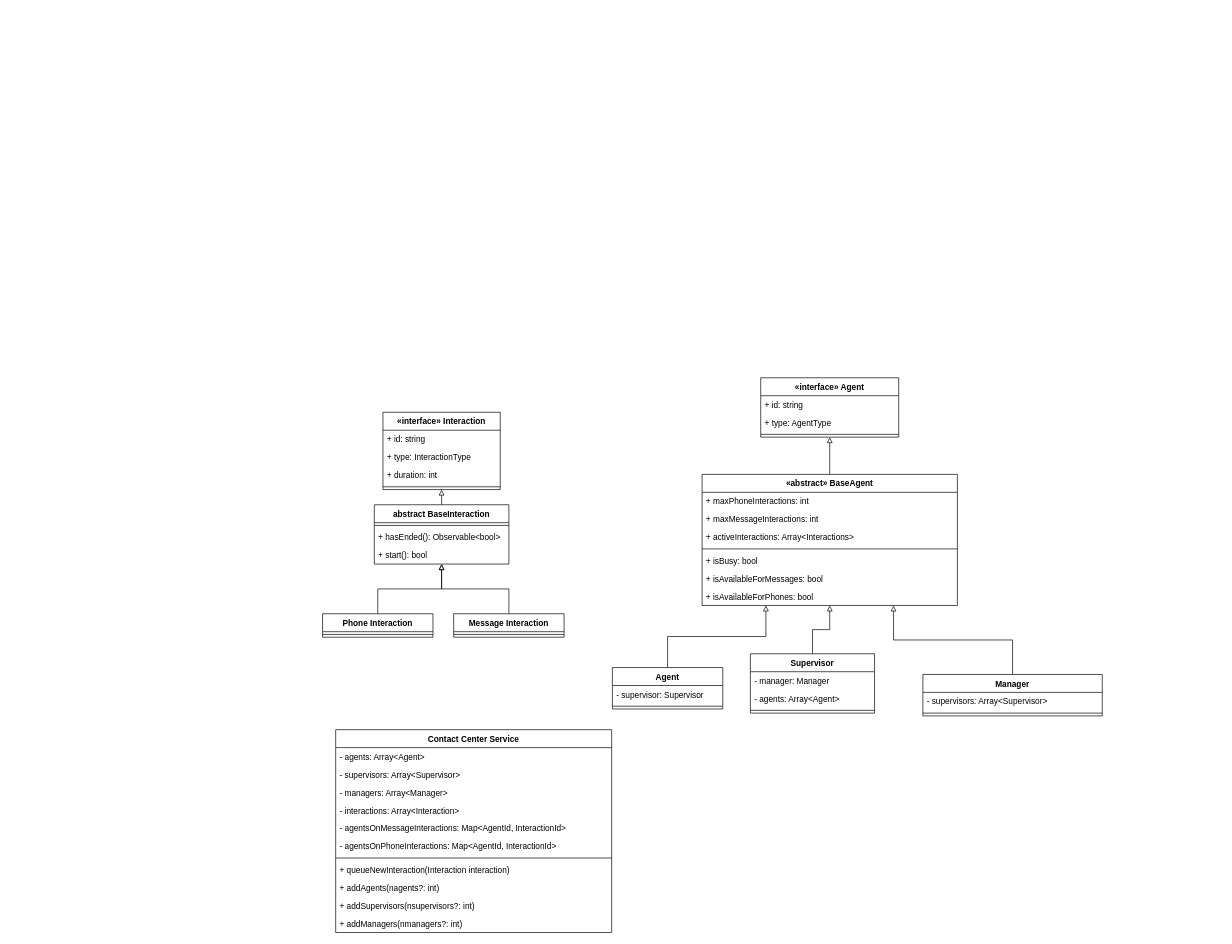
dvelluto/vonage-challenge keeps this draw.io diagram as page "Classes" (1 of 2) of Vonage-Challenge.drawio. Above is the earlier version. Source tidied: cells renumbered, new cells numbered last; positions are measured from the earlier drawing's top-left corner, leaving out a move shared by most shapes. Both pictures are drawn from the tidied source at 69%, with x=0, y=0 at pixel (322, 377).
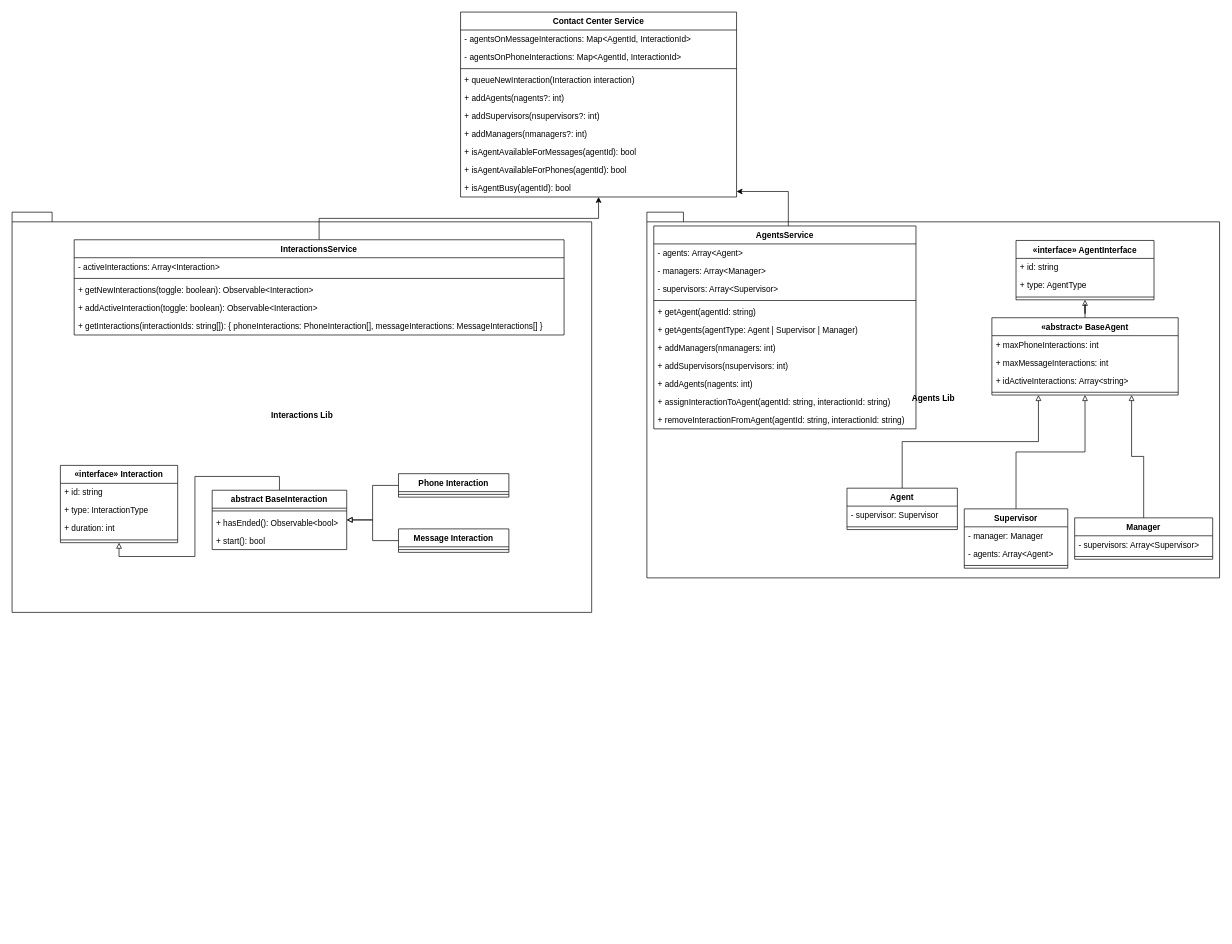
The same page after the edit.

Change to the diagram source:
```diff
@@
+    <mxCell id="56" value="Agents Lib" style="shape=folder;fontStyle=1;spacingTop=10;tabWidth=40;tabHeight=14;tabPosition=left;html=1;" parent="1" vertex="1">
+      <mxGeometry x="470" y="-240" width="830" height="530" as="geometry" />
+    </mxCell>
+    <mxCell id="57" value="Interactions Lib" style="shape=folder;fontStyle=1;spacingTop=10;tabWidth=40;tabHeight=14;tabPosition=left;html=1;" parent="1" vertex="1">
+      <mxGeometry x="-450" y="-240" width="840" height="580" as="geometry" />
+    </mxCell>
@@
     <mxCell id="3" value="Message Interaction" style="swimlane;fontStyle=1;align=center;verticalAlign=top;horizontal=1;startSize=26;" parent="1" vertex="1">
-      <mxGeometry x="190" y="342" width="160" height="34" as="geometry" />
+      <mxGeometry x="110" y="219" width="160" height="34" as="geometry" />
     </mxCell>
@@
     <mxCell id="6" value="Phone Interaction" style="swimlane;fontStyle=1;align=center;verticalAlign=top;horizontal=1;startSize=26;" parent="1" vertex="1">
-      <mxGeometry y="342" width="160" height="34" as="geometry" />
+      <mxGeometry x="110" y="139" width="160" height="34" as="geometry" />
     </mxCell>
@@
     <mxCell id="8" value="Agent" style="swimlane;fontStyle=1;align=center;verticalAlign=top;horizontal=1;startSize=26;" parent="1" vertex="1">
-      <mxGeometry x="420" y="420" width="160" height="60" as="geometry" />
+      <mxGeometry x="760" y="160" width="160" height="60" as="geometry" />
     </mxCell>
@@
     <mxCell id="12" value="Supervisor" style="swimlane;fontStyle=1;align=center;verticalAlign=top;horizontal=1;startSize=26;" parent="1" vertex="1">
-      <mxGeometry x="620" y="400" width="180" height="86" as="geometry" />
+      <mxGeometry x="930" y="190" width="150" height="86" as="geometry" />
     </mxCell>
     <mxCell id="13" value="- manager: Manager" style="text;strokeColor=none;fillColor=none;align=left;verticalAlign=top;spacingLeft=4;spacingRight=4;overflow=hidden;" parent="12" vertex="1">
-      <mxGeometry y="26" width="180" height="26" as="geometry" />
+      <mxGeometry y="26" width="150" height="26" as="geometry" />
     </mxCell>
     <mxCell id="14" value="- agents: Array&lt;Agent&gt;" style="text;strokeColor=none;fillColor=none;align=left;verticalAlign=top;spacingLeft=4;spacingRight=4;overflow=hidden;" parent="12" vertex="1">
-      <mxGeometry y="52" width="180" height="26" as="geometry" />
+      <mxGeometry y="52" width="150" height="26" as="geometry" />
     </mxCell>
     <mxCell id="15" style="line;strokeWidth=1;fillColor=none;align=left;verticalAlign=middle;spacingTop=-1;spacingLeft=3;spacingRight=3;labelPosition=right;" parent="12" vertex="1">
-      <mxGeometry y="78" width="180" height="8" as="geometry" />
+      <mxGeometry y="78" width="150" height="8" as="geometry" />
     </mxCell>
     <mxCell id="16" value="Manager" style="swimlane;fontStyle=1;align=center;verticalAlign=top;horizontal=1;startSize=26;" parent="1" vertex="1">
-      <mxGeometry x="870" y="430" width="260" height="60" as="geometry" />
+      <mxGeometry x="1090" y="203" width="200" height="60" as="geometry" />
     </mxCell>
     <mxCell id="17" value="- supervisors: Array&lt;Supervisor&gt;" style="text;strokeColor=none;fillColor=none;align=left;verticalAlign=top;spacingLeft=4;spacingRight=4;overflow=hidden;" parent="16" vertex="1">
-      <mxGeometry y="26" width="260" height="26" as="geometry" />
+      <mxGeometry y="26" width="200" height="26" as="geometry" />
     </mxCell>
     <mxCell id="18" style="line;strokeWidth=1;fillColor=none;align=left;verticalAlign=middle;spacingTop=-1;spacingLeft=3;spacingRight=3;labelPosition=right;" parent="16" vertex="1">
-      <mxGeometry y="52" width="260" height="8" as="geometry" />
+      <mxGeometry y="52" width="200" height="8" as="geometry" />
     </mxCell>
@@
     <mxCell id="21" value="«abstract» BaseAgent" style="swimlane;fontStyle=1;align=center;verticalAlign=top;horizontal=1;startSize=26;" parent="1" vertex="1">
-      <mxGeometry x="550" y="140" width="370" height="190" as="geometry" />
+      <mxGeometry x="970" y="-87" width="270" height="112" as="geometry" />
     </mxCell>
     <mxCell id="22" value="+ maxPhoneInteractions: int" style="text;strokeColor=none;fillColor=none;align=left;verticalAlign=top;spacingLeft=4;spacingRight=4;overflow=hidden;" parent="21" vertex="1">
-      <mxGeometry y="26" width="370" height="26" as="geometry" />
+      <mxGeometry y="26" width="270" height="26" as="geometry" />
     </mxCell>
     <mxCell id="23" value="+ maxMessageInteractions: int" style="text;strokeColor=none;fillColor=none;align=left;verticalAlign=top;spacingLeft=4;spacingRight=4;overflow=hidden;" parent="21" vertex="1">
-      <mxGeometry y="52" width="370" height="26" as="geometry" />
+      <mxGeometry y="52" width="270" height="26" as="geometry" />
     </mxCell>
-    <mxCell id="24" value="+ activeInteractions: Array&lt;Interactions&gt;" style="text;strokeColor=none;fillColor=none;align=left;verticalAlign=top;spacingLeft=4;spacingRight=4;overflow=hidden;" parent="21" vertex="1">
-      <mxGeometry y="78" width="370" height="26" as="geometry" />
+    <mxCell id="24" value="+ idActiveInteractions: Array&lt;string&gt;" style="text;strokeColor=none;fillColor=none;align=left;verticalAlign=top;spacingLeft=4;spacingRight=4;overflow=hidden;" parent="21" vertex="1">
+      <mxGeometry y="78" width="270" height="26" as="geometry" />
     </mxCell>
     <mxCell id="25" style="line;strokeWidth=1;fillColor=none;align=left;verticalAlign=middle;spacingTop=-1;spacingLeft=3;spacingRight=3;labelPosition=right;" parent="21" vertex="1">
-      <mxGeometry y="104" width="370" height="8" as="geometry" />
+      <mxGeometry y="104" width="270" height="8" as="geometry" />
     </mxCell>
-    <mxCell id="26" value="+ isBusy: bool" style="text;strokeColor=none;fillColor=none;align=left;verticalAlign=top;spacingLeft=4;spacingRight=4;overflow=hidden;" parent="21" vertex="1">
-      <mxGeometry y="112" width="370" height="26" as="geometry" />
-    </mxCell>
-    <mxCell id="27" value="+ isAvailableForMessages: bool" style="text;strokeColor=none;fillColor=none;align=left;verticalAlign=top;spacingLeft=4;spacingRight=4;overflow=hidden;" parent="21" vertex="1">
-      <mxGeometry y="138" width="370" height="26" as="geometry" />
-    </mxCell>
-    <mxCell id="28" value="+ isAvailableForPhones: bool" style="text;strokeColor=none;fillColor=none;align=left;verticalAlign=top;spacingLeft=4;spacingRight=4;overflow=hidden;" parent="21" vertex="1">
-      <mxGeometry y="164" width="370" height="26" as="geometry" />
-    </mxCell>
@@
     <mxCell id="30" value="«interface» Interaction" style="swimlane;fontStyle=1;align=center;verticalAlign=top;horizontal=1;startSize=26;" parent="1" vertex="1">
-      <mxGeometry x="87.5" y="50" width="170" height="112" as="geometry" />
+      <mxGeometry x="-380" y="127" width="170" height="112" as="geometry" />
     </mxCell>
@@
     <mxCell id="35" value="Contact Center Service" style="swimlane;fontStyle=1;align=center;verticalAlign=top;horizontal=1;startSize=26;" parent="1" vertex="1">
-      <mxGeometry x="19" y="510" width="400" height="294" as="geometry" />
+      <mxGeometry x="200" y="-530" width="400" height="268" as="geometry" />
     </mxCell>
-    <mxCell id="36" value="- agents: Array&lt;Agent&gt;" style="text;strokeColor=none;fillColor=none;align=left;verticalAlign=top;spacingLeft=4;spacingRight=4;overflow=hidden;" parent="35" vertex="1">
-      <mxGeometry y="26" width="400" height="26" as="geometry" />
-    </mxCell>
-    <mxCell id="37" value="- supervisors: Array&lt;Supervisor&gt;" style="text;strokeColor=none;fillColor=none;align=left;verticalAlign=top;spacingLeft=4;spacingRight=4;overflow=hidden;" parent="35" vertex="1">
-      <mxGeometry y="52" width="400" height="26" as="geometry" />
-    </mxCell>
-    <mxCell id="38" value="- managers: Array&lt;Manager&gt;" style="text;strokeColor=none;fillColor=none;align=left;verticalAlign=top;spacingLeft=4;spacingRight=4;overflow=hidden;" parent="35" vertex="1">
-      <mxGeometry y="78" width="400" height="26" as="geometry" />
-    </mxCell>
-    <mxCell id="39" value="- interactions: Array&lt;Interaction&gt;" style="text;strokeColor=none;fillColor=none;align=left;verticalAlign=top;spacingLeft=4;spacingRight=4;overflow=hidden;" parent="35" vertex="1">
-      <mxGeometry y="104" width="400" height="26" as="geometry" />
-    </mxCell>
     <mxCell id="40" value="- agentsOnMessageInteractions: Map&lt;AgentId, InteractionId&gt;" style="text;strokeColor=none;fillColor=none;align=left;verticalAlign=top;spacingLeft=4;spacingRight=4;overflow=hidden;" parent="35" vertex="1">
-      <mxGeometry y="130" width="400" height="26" as="geometry" />
+      <mxGeometry y="26" width="400" height="26" as="geometry" />
     </mxCell>
     <mxCell id="41" value="- agentsOnPhoneInteractions: Map&lt;AgentId, InteractionId&gt;" style="text;strokeColor=none;fillColor=none;align=left;verticalAlign=top;spacingLeft=4;spacingRight=4;overflow=hidden;" parent="35" vertex="1">
-      <mxGeometry y="156" width="400" height="26" as="geometry" />
+      <mxGeometry y="52" width="400" height="26" as="geometry" />
     </mxCell>
     <mxCell id="42" style="line;strokeWidth=1;fillColor=none;align=left;verticalAlign=middle;spacingTop=-1;spacingLeft=3;spacingRight=3;labelPosition=right;" parent="35" vertex="1">
-      <mxGeometry y="182" width="400" height="8" as="geometry" />
+      <mxGeometry y="78" width="400" height="8" as="geometry" />
     </mxCell>
     <mxCell id="43" value="+ queueNewInteraction(Interaction interaction)" style="text;strokeColor=none;fillColor=none;align=left;verticalAlign=top;spacingLeft=4;spacingRight=4;overflow=hidden;" parent="35" vertex="1">
-      <mxGeometry y="190" width="400" height="26" as="geometry" />
+      <mxGeometry y="86" width="400" height="26" as="geometry" />
     </mxCell>
     <mxCell id="44" value="+ addAgents(nagents?: int)" style="text;strokeColor=none;fillColor=none;align=left;verticalAlign=top;spacingLeft=4;spacingRight=4;overflow=hidden;" parent="35" vertex="1">
-      <mxGeometry y="216" width="400" height="26" as="geometry" />
+      <mxGeometry y="112" width="400" height="26" as="geometry" />
     </mxCell>
     <mxCell id="45" value="+ addSupervisors(nsupervisors?: int)" style="text;strokeColor=none;fillColor=none;align=left;verticalAlign=top;spacingLeft=4;spacingRight=4;overflow=hidden;" parent="35" vertex="1">
-      <mxGeometry y="242" width="400" height="26" as="geometry" />
+      <mxGeometry y="138" width="400" height="26" as="geometry" />
     </mxCell>
     <mxCell id="46" value="+ addManagers(nmanagers?: int)" style="text;strokeColor=none;fillColor=none;align=left;verticalAlign=top;spacingLeft=4;spacingRight=4;overflow=hidden;" parent="35" vertex="1">
-      <mxGeometry y="268" width="400" height="26" as="geometry" />
+      <mxGeometry y="164" width="400" height="26" as="geometry" />
     </mxCell>
+    <mxCell id="27" value="+ isAgentAvailableForMessages(agentId): bool" style="text;strokeColor=none;fillColor=none;align=left;verticalAlign=top;spacingLeft=4;spacingRight=4;overflow=hidden;" parent="35" vertex="1">
+      <mxGeometry y="190" width="400" height="26" as="geometry" />
+    </mxCell>
+    <mxCell id="28" value="+ isAgentAvailableForPhones(agentId): bool" style="text;strokeColor=none;fillColor=none;align=left;verticalAlign=top;spacingLeft=4;spacingRight=4;overflow=hidden;" parent="35" vertex="1">
+      <mxGeometry y="216" width="400" height="26" as="geometry" />
+    </mxCell>
+    <mxCell id="58" value="+ isAgentBusy(agentId): bool" style="text;strokeColor=none;fillColor=none;align=left;verticalAlign=top;spacingLeft=4;spacingRight=4;overflow=hidden;" parent="35" vertex="1">
+      <mxGeometry y="242" width="400" height="26" as="geometry" />
+    </mxCell>
     <mxCell id="47" value="abstract BaseInteraction" style="swimlane;fontStyle=1;align=center;verticalAlign=top;horizontal=1;startSize=26;" parent="1" vertex="1">
-      <mxGeometry x="75" y="184" width="195" height="86" as="geometry" />
+      <mxGeometry x="-160" y="163" width="195" height="86" as="geometry" />
     </mxCell>
@@
-    <mxCell id="52" value="«interface» Agent" style="swimlane;fontStyle=1;align=center;verticalAlign=top;horizontal=1;startSize=26;" parent="1" vertex="1">
-      <mxGeometry x="635" width="200" height="86" as="geometry" />
+    <mxCell id="52" value="«interface» AgentInterface" style="swimlane;fontStyle=1;align=center;verticalAlign=top;horizontal=1;startSize=26;" parent="1" vertex="1">
+      <mxGeometry x="1005" y="-199" width="200" height="86" as="geometry" />
     </mxCell>
@@
+    <mxCell id="59" style="edgeStyle=orthogonalEdgeStyle;rounded=0;jettySize=auto;html=1;" parent="1" edge="1" source="60" target="35">
+      <mxGeometry relative="1" as="geometry">
+        <Array as="points">
+          <mxPoint x="675" y="-270" />
+          <mxPoint x="400" y="-270" />
+        </Array>
+      </mxGeometry>
+    </mxCell>
+    <mxCell id="60" value="AgentsService" style="swimlane;fontStyle=1;align=center;verticalAlign=top;horizontal=1;startSize=26;" parent="1" vertex="1">
+      <mxGeometry x="480" y="-220" width="380" height="294" as="geometry" />
+    </mxCell>
+    <mxCell id="36" value="- agents: Array&lt;Agent&gt;" style="text;strokeColor=none;fillColor=none;align=left;verticalAlign=top;spacingLeft=4;spacingRight=4;overflow=hidden;" parent="60" vertex="1">
+      <mxGeometry y="26" width="380" height="26" as="geometry" />
+    </mxCell>
+    <mxCell id="38" value="- managers: Array&lt;Manager&gt;" style="text;strokeColor=none;fillColor=none;align=left;verticalAlign=top;spacingLeft=4;spacingRight=4;overflow=hidden;" parent="60" vertex="1">
+      <mxGeometry y="52" width="380" height="26" as="geometry" />
+    </mxCell>
+    <mxCell id="37" value="- supervisors: Array&lt;Supervisor&gt;" style="text;strokeColor=none;fillColor=none;align=left;verticalAlign=top;spacingLeft=4;spacingRight=4;overflow=hidden;" parent="60" vertex="1">
+      <mxGeometry y="78" width="380" height="26" as="geometry" />
+    </mxCell>
+    <mxCell id="61" style="line;strokeWidth=1;fillColor=none;align=left;verticalAlign=middle;spacingTop=-1;spacingLeft=3;spacingRight=3;labelPosition=right;" parent="60" vertex="1">
+      <mxGeometry y="104" width="380" height="8" as="geometry" />
+    </mxCell>
+    <mxCell id="62" value="+ getAgent(agentId: string)" style="text;strokeColor=none;fillColor=none;align=left;verticalAlign=top;spacingLeft=4;spacingRight=4;overflow=hidden;" parent="60" vertex="1">
+      <mxGeometry y="112" width="380" height="26" as="geometry" />
+    </mxCell>
+    <mxCell id="63" value="+ getAgents(agentType: Agent | Supervisor | Manager)" style="text;strokeColor=none;fillColor=none;align=left;verticalAlign=top;spacingLeft=4;spacingRight=4;overflow=hidden;" parent="60" vertex="1">
+      <mxGeometry y="138" width="380" height="26" as="geometry" />
+    </mxCell>
+    <mxCell id="64" value="+ addManagers(nmanagers: int)" style="text;strokeColor=none;fillColor=none;align=left;verticalAlign=top;spacingLeft=4;spacingRight=4;overflow=hidden;" parent="60" vertex="1">
+      <mxGeometry y="164" width="380" height="26" as="geometry" />
+    </mxCell>
+    <mxCell id="65" value="+ addSupervisors(nsupervisors: int)" style="text;strokeColor=none;fillColor=none;align=left;verticalAlign=top;spacingLeft=4;spacingRight=4;overflow=hidden;" parent="60" vertex="1">
+      <mxGeometry y="190" width="380" height="26" as="geometry" />
+    </mxCell>
+    <mxCell id="66" value="+ addAgents(nagents: int)" style="text;strokeColor=none;fillColor=none;align=left;verticalAlign=top;spacingLeft=4;spacingRight=4;overflow=hidden;" parent="60" vertex="1">
+      <mxGeometry y="216" width="380" height="26" as="geometry" />
+    </mxCell>
+    <mxCell id="67" value="+ assignInteractionToAgent(agentId: string, interactionId: string)" style="text;strokeColor=none;fillColor=none;align=left;verticalAlign=top;spacingLeft=4;spacingRight=4;overflow=hidden;" parent="60" vertex="1">
+      <mxGeometry y="242" width="380" height="26" as="geometry" />
+    </mxCell>
+    <mxCell id="68" value="+ removeInteractionFromAgent(agentId: string, interactionId: string)" style="text;strokeColor=none;fillColor=none;align=left;verticalAlign=top;spacingLeft=4;spacingRight=4;overflow=hidden;" parent="60" vertex="1">
+      <mxGeometry y="268" width="380" height="26" as="geometry" />
+    </mxCell>
+    <mxCell id="69" style="edgeStyle=orthogonalEdgeStyle;rounded=0;jettySize=auto;html=1;exitX=0.5;exitY=0;exitDx=0;exitDy=0;" parent="1" edge="1" source="70" target="35">
+      <mxGeometry relative="1" as="geometry" />
+    </mxCell>
+    <mxCell id="70" value="InteractionsService" style="swimlane;fontStyle=1;align=center;verticalAlign=top;horizontal=1;startSize=26;" parent="1" vertex="1">
+      <mxGeometry x="-360" y="-200" width="710" height="138" as="geometry" />
+    </mxCell>
+    <mxCell id="71" value="- activeInteractions: Array&lt;Interaction&gt;" style="text;strokeColor=none;fillColor=none;align=left;verticalAlign=top;spacingLeft=4;spacingRight=4;overflow=hidden;" parent="70" vertex="1">
+      <mxGeometry y="26" width="710" height="26" as="geometry" />
+    </mxCell>
+    <mxCell id="72" style="line;strokeWidth=1;fillColor=none;align=left;verticalAlign=middle;spacingTop=-1;spacingLeft=3;spacingRight=3;labelPosition=right;" parent="70" vertex="1">
+      <mxGeometry y="52" width="710" height="8" as="geometry" />
+    </mxCell>
+    <mxCell id="73" value="+ getNewInteractions(toggle: boolean): Observable&lt;Interaction&gt;" style="text;strokeColor=none;fillColor=none;align=left;verticalAlign=top;spacingLeft=4;spacingRight=4;overflow=hidden;" parent="70" vertex="1">
+      <mxGeometry y="60" width="710" height="26" as="geometry" />
+    </mxCell>
+    <mxCell id="74" value="+ addActiveInteraction(toggle: boolean): Observable&lt;Interaction&gt;" style="text;strokeColor=none;fillColor=none;align=left;verticalAlign=top;spacingLeft=4;spacingRight=4;overflow=hidden;" parent="70" vertex="1">
+      <mxGeometry y="86" width="710" height="26" as="geometry" />
+    </mxCell>
+    <mxCell id="75" value="+ getInteractions(interactionIds: string[]): { phoneInteractions: PhoneInteraction[], messageInteractions: MessageInteractions[] }" style="text;strokeColor=none;fillColor=none;align=left;verticalAlign=top;spacingLeft=4;spacingRight=4;overflow=hidden;" parent="70" vertex="1">
+      <mxGeometry y="112" width="710" height="26" as="geometry" />
+    </mxCell>
```
